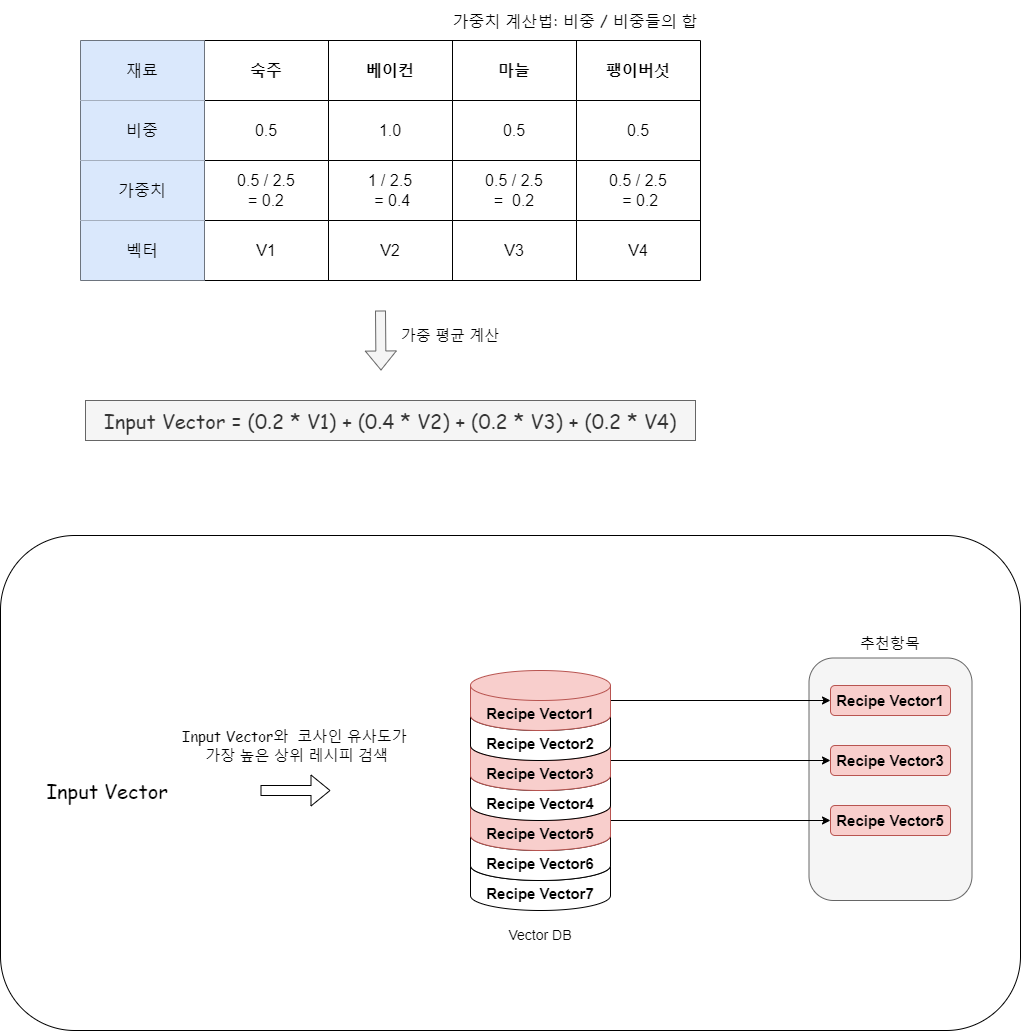
The draw.io diagram img/설명.png in kokoko12334/Recipe-recommendation, before a commit. Source tidied: cells renumbered, new cells last; positions are measured from the earlier drawing's top-left corner, leaving out a move shared by most shapes.
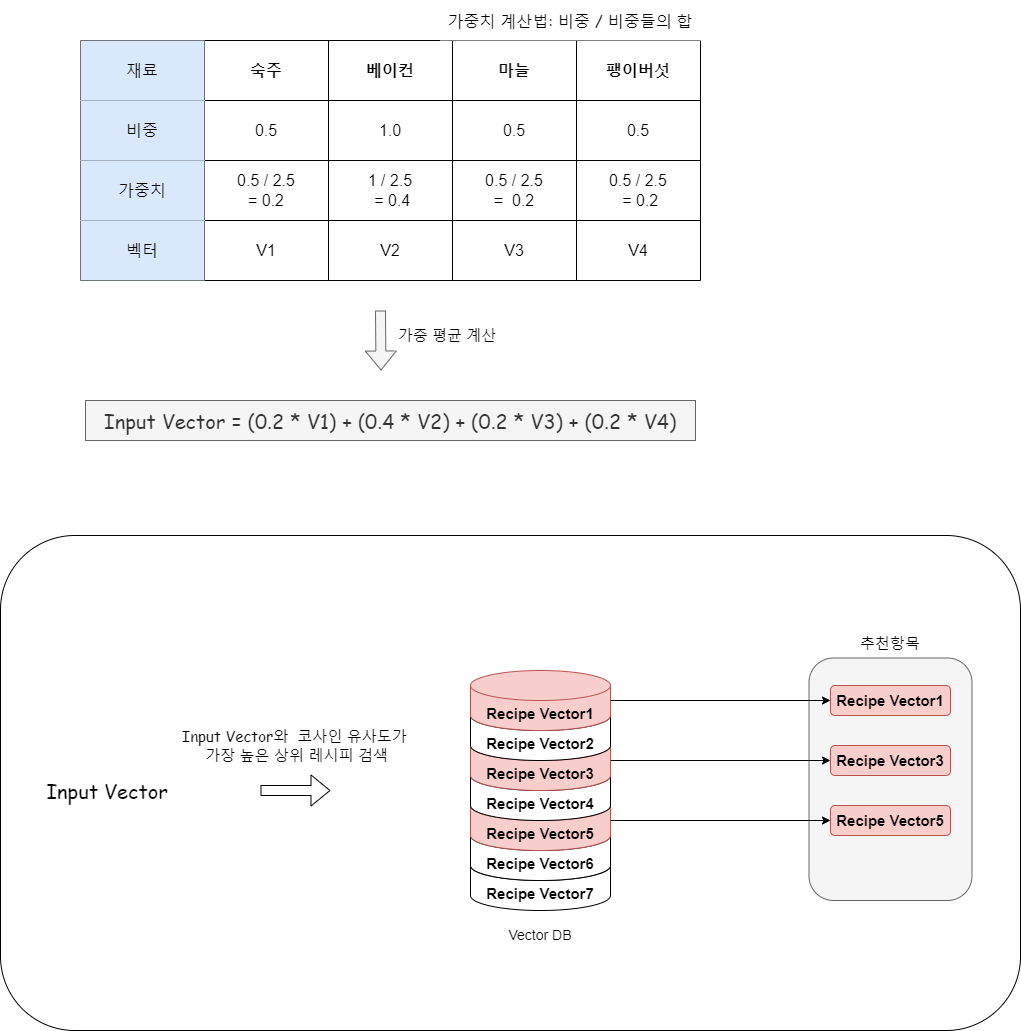
After the commit.

Commit message:
docs:이미지수정

The edit, as a diff of the source:
```diff
@@ -83,8 +83,8 @@
     <mxCell id="28" value="V4" style="shape=partialRectangle;html=1;whiteSpace=wrap;strokeColor=inherit;overflow=hidden;fillColor=none;top=0;left=0;bottom=0;right=0;fontSize=16;" parent="23" vertex="1">
       <mxGeometry x="496" width="124" height="60" as="geometry" />
     </mxCell>
-    <mxCell id="29" value="&lt;font style=&quot;font-size: 16px;&quot; face=&quot;Comic Sans MS&quot;&gt;가중치 계산법: 비중 / 비중들의 합&lt;/font&gt;" style="text;html=1;align=center;verticalAlign=middle;whiteSpace=wrap;rounded=0;" parent="1" vertex="1">
-      <mxGeometry x="440" width="270" height="40" as="geometry" />
+    <mxCell id="29" value="&lt;font style=&quot;font-size: 16px;&quot; face=&quot;Comic Sans MS&quot;&gt;가중치 계산법: 비중 / 비중들의 합&lt;/font&gt;" style="text;html=1;align=center;verticalAlign=middle;whiteSpace=wrap;rounded=0;fillColor=default;" parent="1" vertex="1">
+      <mxGeometry x="440" width="260" height="40" as="geometry" />
     </mxCell>
     <mxCell id="30" style="shape=flexArrow;endArrow=classic;html=1;rounded=0;fillColor=#f5f5f5;strokeColor=#666666;" parent="1" edge="1">
       <mxGeometry relative="1" as="geometry">
@@ -92,8 +92,8 @@
         <mxPoint x="380.5" y="370" as="targetPoint" />
       </mxGeometry>
     </mxCell>
-    <mxCell id="31" value="&lt;font style=&quot;font-size: 15px;&quot;&gt;가중 평균 계산&lt;/font&gt;" style="text;html=1;align=center;verticalAlign=middle;whiteSpace=wrap;rounded=0;" parent="1" vertex="1">
-      <mxGeometry x="390" y="320" width="120" height="30" as="geometry" />
+    <mxCell id="31" value="&lt;font style=&quot;font-size: 15px;&quot;&gt;가중 평균 계산&lt;/font&gt;" style="text;html=1;align=center;verticalAlign=middle;whiteSpace=wrap;rounded=0;fillColor=default;" parent="1" vertex="1">
+      <mxGeometry x="394" y="320" width="106" height="30" as="geometry" />
     </mxCell>
     <mxCell id="32" value="&lt;font style=&quot;font-size: 20px;&quot; face=&quot;Comic Sans MS&quot;&gt;Input Vector = (0.2 * V1) + (0.4 * V2) + (0.2 * V3) + (0.2 * V4)&lt;/font&gt;" style="text;html=1;align=center;verticalAlign=middle;whiteSpace=wrap;rounded=0;fillColor=#f5f5f5;fontColor=#333333;strokeColor=#666666;" parent="1" vertex="1">
       <mxGeometry x="85" y="400" width="610" height="40" as="geometry" />
```
